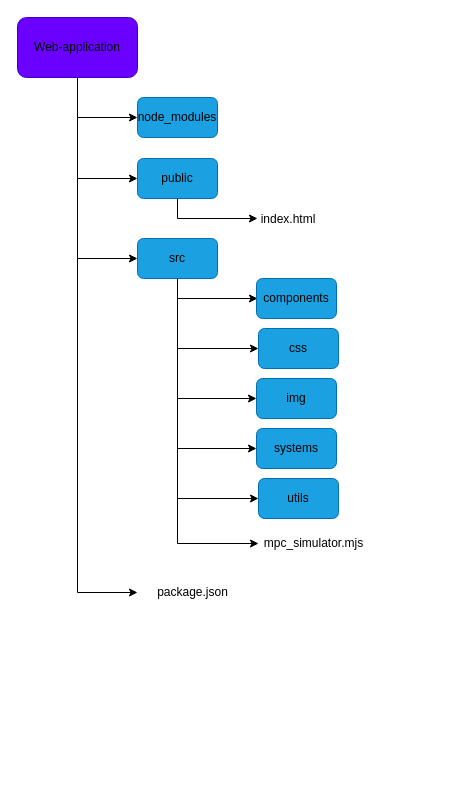
The draw.io diagram fig/web-application-structure.drawio in gotvinne/Light-weight-MPC, before the edit. Source tidied: cells renumbered, new cells numbered last; positions are measured from the earlier drawing's top-left corner, leaving out a move shared by most shapes. Both pictures are drawn from the tidied source at 100%, with x=0, y=0 at pixel (17, 17).
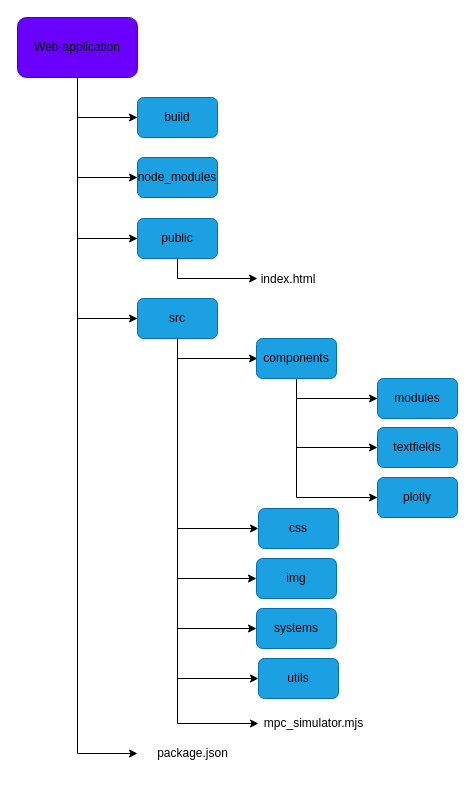
The same page after the edit.

Unchanged cells that the change refers to:
```xml
<mxCell id="10" value="&lt;font color=&quot;#000000&quot;&gt;Web-application&lt;br&gt;&lt;/font&gt;" style="rounded=1;whiteSpace=wrap;html=1;fillColor=#6a00ff;fontColor=#ffffff;strokeColor=#3700CC;" parent="1" vertex="1">
  <mxGeometry width="120" height="60" as="geometry" />
</mxCell>
```

Diff of the diagram source:
```diff
@@
     <mxCell id="2" value="&lt;font color=&quot;#000000&quot;&gt;public&lt;/font&gt;" style="rounded=1;whiteSpace=wrap;html=1;fillColor=#1ba1e2;fontColor=#ffffff;strokeColor=#006EAF;" parent="1" vertex="1">
-      <mxGeometry x="120" y="141" width="80" height="40" as="geometry" />
+      <mxGeometry x="120" y="201" width="80" height="40" as="geometry" />
     </mxCell>
     <mxCell id="3" style="endArrow=classic;html=1;rounded=0;exitX=0.5;exitY=1;exitDx=0;exitDy=0;" parent="1" edge="1" source="2">
       <mxGeometry relative="1" as="geometry">
-        <mxPoint x="240" y="201" as="targetPoint" />
+        <mxPoint x="240" y="261" as="targetPoint" />
         <Array as="points">
-          <mxPoint x="160" y="201" />
+          <mxPoint x="160" y="261" />
         </Array>
       </mxGeometry>
     </mxCell>
     <mxCell id="4" value="&lt;div&gt;index.html&lt;/div&gt;" style="text;html=1;strokeColor=none;fillColor=none;align=center;verticalAlign=middle;whiteSpace=wrap;rounded=0;" parent="1" vertex="1">
-      <mxGeometry x="241" y="187" width="60" height="30" as="geometry" />
+      <mxGeometry x="241" y="247" width="60" height="30" as="geometry" />
     </mxCell>
     <mxCell id="5" value="mpc_simulator.mjs" style="text;html=1;strokeColor=none;fillColor=none;align=center;verticalAlign=middle;whiteSpace=wrap;rounded=0;" parent="1" vertex="1">
-      <mxGeometry x="241" y="511" width="111" height="30" as="geometry" />
+      <mxGeometry x="241" y="691" width="111" height="30" as="geometry" />
     </mxCell>
@@
+    <mxCell id="25" style="edgeStyle=orthogonalEdgeStyle;rounded=0;jettySize=auto;html=1;exitX=0.5;exitY=1;exitDx=0;exitDy=0;entryX=0;entryY=0.5;entryDx=0;entryDy=0;" parent="1" edge="1" source="10" target="29">
+      <mxGeometry relative="1" as="geometry" />
+    </mxCell>
@@
     <mxCell id="16" value="&lt;font color=&quot;#000000&quot;&gt;src&lt;/font&gt;" style="rounded=1;whiteSpace=wrap;html=1;fillColor=#1ba1e2;fontColor=#ffffff;strokeColor=#006EAF;" parent="1" vertex="1">
-      <mxGeometry x="120" y="221" width="80" height="40" as="geometry" />
+      <mxGeometry x="120" y="281" width="80" height="40" as="geometry" />
     </mxCell>
     <mxCell id="17" style="endArrow=classic;html=1;rounded=0;exitX=0.5;exitY=1;exitDx=0;exitDy=0;" parent="1" edge="1" source="16">
       <mxGeometry relative="1" as="geometry">
-        <mxPoint x="240" y="281" as="targetPoint" />
+        <mxPoint x="240" y="341" as="targetPoint" />
         <Array as="points">
-          <mxPoint x="160" y="281" />
+          <mxPoint x="160" y="341" />
         </Array>
       </mxGeometry>
     </mxCell>
+    <mxCell id="26" style="edgeStyle=orthogonalEdgeStyle;rounded=0;jettySize=auto;html=1;exitX=0.5;exitY=1;exitDx=0;exitDy=0;entryX=0;entryY=0.5;entryDx=0;entryDy=0;" parent="1" edge="1" source="18" target="30">
+      <mxGeometry relative="1" as="geometry" />
+    </mxCell>
+    <mxCell id="27" style="edgeStyle=orthogonalEdgeStyle;rounded=0;jettySize=auto;html=1;exitX=0.5;exitY=1;exitDx=0;exitDy=0;entryX=0;entryY=0.5;entryDx=0;entryDy=0;" parent="1" edge="1" source="18" target="31">
+      <mxGeometry relative="1" as="geometry" />
+    </mxCell>
+    <mxCell id="28" style="edgeStyle=orthogonalEdgeStyle;rounded=0;jettySize=auto;html=1;exitX=0.5;exitY=1;exitDx=0;exitDy=0;entryX=0;entryY=0.5;entryDx=0;entryDy=0;" parent="1" edge="1" source="18" target="32">
+      <mxGeometry relative="1" as="geometry" />
+    </mxCell>
     <mxCell id="18" value="&lt;font color=&quot;#000000&quot;&gt;components&lt;br&gt;&lt;/font&gt;" style="rounded=1;whiteSpace=wrap;html=1;fillColor=#1ba1e2;fontColor=#ffffff;strokeColor=#006EAF;" parent="1" vertex="1">
-      <mxGeometry x="239" y="261" width="80" height="40" as="geometry" />
+      <mxGeometry x="239" y="321" width="80" height="40" as="geometry" />
     </mxCell>
     <mxCell id="19" value="&lt;font color=&quot;#000000&quot;&gt;css&lt;/font&gt;" style="rounded=1;whiteSpace=wrap;html=1;fillColor=#1ba1e2;fontColor=#ffffff;strokeColor=#006EAF;" parent="1" vertex="1">
-      <mxGeometry x="241" y="311" width="80" height="40" as="geometry" />
+      <mxGeometry x="241" y="491" width="80" height="40" as="geometry" />
     </mxCell>
     <mxCell id="20" value="&lt;font color=&quot;#000000&quot;&gt;img&lt;/font&gt;" style="rounded=1;whiteSpace=wrap;html=1;fillColor=#1ba1e2;fontColor=#ffffff;strokeColor=#006EAF;" parent="1" vertex="1">
-      <mxGeometry x="239" y="361" width="80" height="40" as="geometry" />
+      <mxGeometry x="239" y="541" width="80" height="40" as="geometry" />
     </mxCell>
     <mxCell id="21" value="&lt;font color=&quot;#000000&quot;&gt;systems&lt;/font&gt;" style="rounded=1;whiteSpace=wrap;html=1;fillColor=#1ba1e2;fontColor=#ffffff;strokeColor=#006EAF;" parent="1" vertex="1">
-      <mxGeometry x="239" y="411" width="80" height="40" as="geometry" />
+      <mxGeometry x="239" y="591" width="80" height="40" as="geometry" />
     </mxCell>
     <mxCell id="22" value="&lt;font color=&quot;#000000&quot;&gt;utils&lt;br&gt;&lt;/font&gt;" style="rounded=1;whiteSpace=wrap;html=1;fillColor=#1ba1e2;fontColor=#ffffff;strokeColor=#006EAF;" parent="1" vertex="1">
-      <mxGeometry x="241" y="461" width="80" height="40" as="geometry" />
+      <mxGeometry x="241" y="641" width="80" height="40" as="geometry" />
     </mxCell>
     <mxCell id="23" value="&lt;font color=&quot;#000000&quot;&gt;node_modules&lt;/font&gt;" style="rounded=1;whiteSpace=wrap;html=1;fillColor=#1ba1e2;fontColor=#ffffff;strokeColor=#006EAF;" parent="1" vertex="1">
-      <mxGeometry x="120" y="80" width="80" height="40" as="geometry" />
+      <mxGeometry x="120" y="140" width="80" height="40" as="geometry" />
     </mxCell>
     <mxCell id="24" value="package.json" style="text;html=1;strokeColor=none;fillColor=none;align=center;verticalAlign=middle;whiteSpace=wrap;rounded=0;" parent="1" vertex="1">
-      <mxGeometry x="120" y="560" width="111" height="30" as="geometry" />
+      <mxGeometry x="120" y="721" width="111" height="30" as="geometry" />
     </mxCell>
+    <mxCell id="29" value="&lt;font color=&quot;#000000&quot;&gt;build&lt;/font&gt;" style="rounded=1;whiteSpace=wrap;html=1;fillColor=#1ba1e2;fontColor=#ffffff;strokeColor=#006EAF;" parent="1" vertex="1">
+      <mxGeometry x="120" y="80" width="80" height="40" as="geometry" />
+    </mxCell>
+    <mxCell id="30" value="&lt;font color=&quot;#000000&quot;&gt;modules&lt;br&gt;&lt;/font&gt;" style="rounded=1;whiteSpace=wrap;html=1;fillColor=#1ba1e2;fontColor=#ffffff;strokeColor=#006EAF;" parent="1" vertex="1">
+      <mxGeometry x="360" y="361" width="80" height="40" as="geometry" />
+    </mxCell>
+    <mxCell id="31" value="&lt;font color=&quot;#000000&quot;&gt;textfields&lt;br&gt;&lt;/font&gt;" style="rounded=1;whiteSpace=wrap;html=1;fillColor=#1ba1e2;fontColor=#ffffff;strokeColor=#006EAF;" parent="1" vertex="1">
+      <mxGeometry x="360" y="410" width="80" height="40" as="geometry" />
+    </mxCell>
+    <mxCell id="32" value="&lt;font color=&quot;#000000&quot;&gt;plotly&lt;br&gt;&lt;/font&gt;" style="rounded=1;whiteSpace=wrap;html=1;fillColor=#1ba1e2;fontColor=#ffffff;strokeColor=#006EAF;" parent="1" vertex="1">
+      <mxGeometry x="360" y="460" width="80" height="40" as="geometry" />
+    </mxCell>
```
